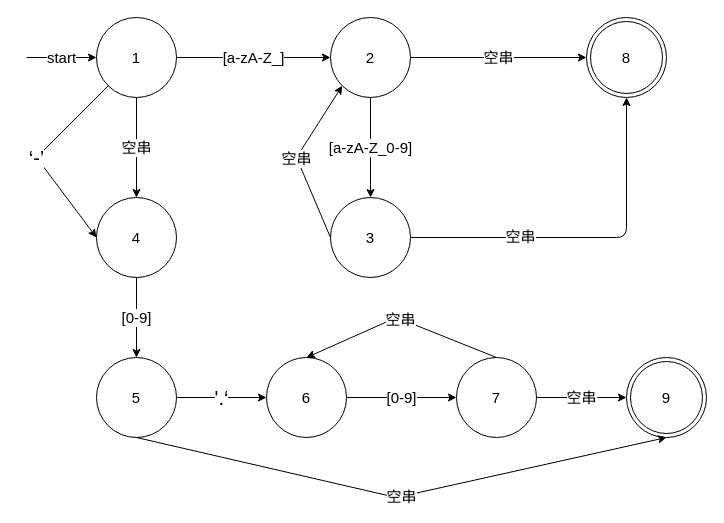
wintershoes/Mylang keeps this draw.io diagram as note/nfa.drawio. Above is the earlier version. Source tidied: cells renumbered, new cells numbered last; positions are measured from the earlier drawing's top-left corner, leaving out a move shared by most shapes. Both pictures are drawn from the tidied source at 100%, with x=0, y=0 at pixel (26, 17).
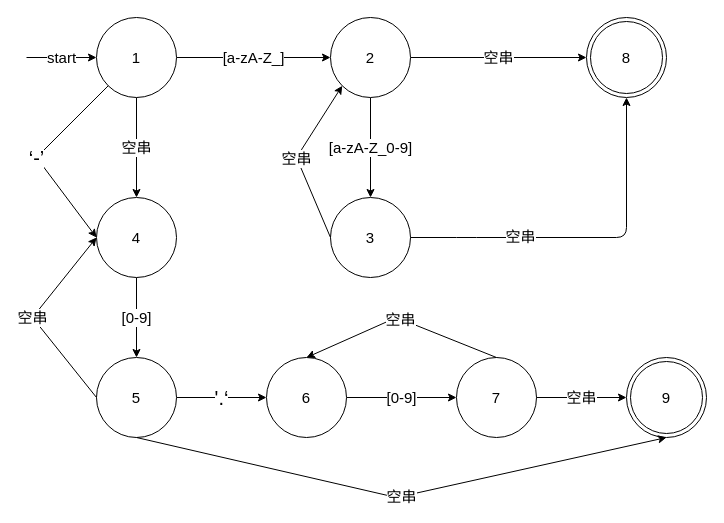
The same diagram, later.

The change refers to these unchanged cells:
```xml
<mxCell id="9" value="8" style="ellipse;shape=doubleEllipse;whiteSpace=wrap;html=1;fontSize=15;" parent="1" vertex="1">
  <mxGeometry x="560" width="80" height="80" as="geometry" />
</mxCell>
<mxCell id="10" value="3" style="ellipse;whiteSpace=wrap;html=1;fontSize=15;" parent="1" vertex="1">
  <mxGeometry x="304" y="180" width="80" height="80" as="geometry" />
</mxCell>
<mxCell id="15" value="4" style="ellipse;whiteSpace=wrap;html=1;fontSize=15;" parent="1" vertex="1">
  <mxGeometry x="70" y="180" width="80" height="80" as="geometry" />
</mxCell>
<mxCell id="18" value="5" style="ellipse;whiteSpace=wrap;html=1;fontSize=15;" parent="1" vertex="1">
  <mxGeometry x="70" y="340" width="80" height="80" as="geometry" />
</mxCell>
```

Diff of the diagram source:
```diff
@@
     <mxCell id="11" style="endArrow=classic;html=1;entryX=0.5;entryY=1;entryDx=0;entryDy=0;exitX=1;exitY=0.5;exitDx=0;exitDy=0;fontSize=15;" parent="1" edge="1" source="10" target="9">
       <mxGeometry relative="1" as="geometry">
         <Array as="points">
+          <mxPoint x="440" y="220" />
           <mxPoint x="600" y="220" />
         </Array>
       </mxGeometry>
     </mxCell>
@@
+    <mxCell id="26" value="空串" style="endArrow=classic;html=1;exitX=0;exitY=0.5;exitDx=0;exitDy=0;entryX=0;entryY=0.5;entryDx=0;entryDy=0;fontSize=15;" parent="1" edge="1" source="18" target="15">
+      <mxGeometry relative="1" as="geometry">
+        <Array as="points">
+          <mxPoint x="6" y="300" />
+        </Array>
+      </mxGeometry>
+    </mxCell>
```
